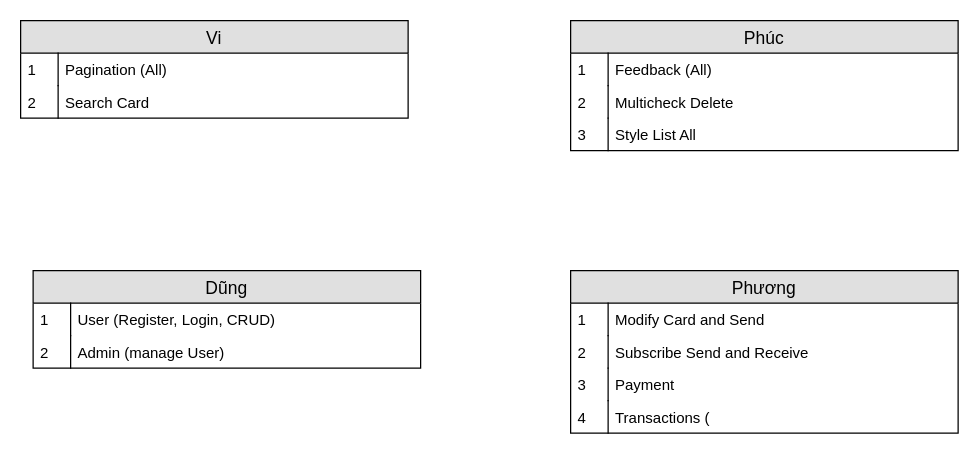
Above: page "Task Sheet" (9 of 9) of e-Greeting.drawio in duyphuong403/E-Greeting (draw.io), before the change. Source tidied: cells renumbered, new cells numbered last; positions are measured from the earlier drawing's top-left corner, leaving out a move shared by most shapes. Both pictures are drawn from the tidied source at 125%, with x=0, y=0 at pixel (20, 20).
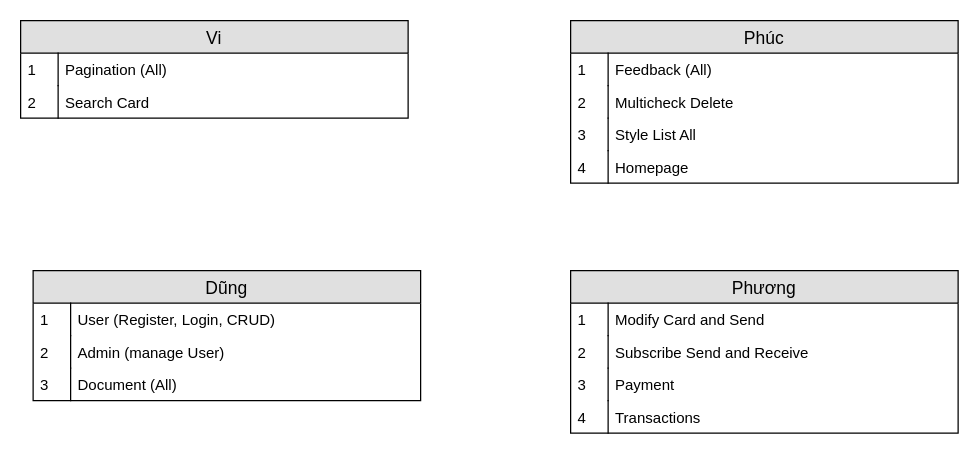
The same page after the edit.

Unchanged cells that the change refers to:
```xml
<mxCell id="19" value="Phương" style="swimlane;fontStyle=0;horizontal=1;startSize=26;fillColor=#e0e0e0;swimlaneFillColor=#ffffff;align=center;fontSize=14;" parent="1" vertex="1">
  <mxGeometry x="440" y="200" width="310" height="130" as="geometry" />
</mxCell>
```

What changed in the source:
```diff
@@
     <mxCell id="7" value="Phúc" style="swimlane;fontStyle=0;horizontal=1;startSize=26;fillColor=#e0e0e0;swimlaneFillColor=#ffffff;align=center;fontSize=14;" parent="1" vertex="1">
-      <mxGeometry x="440" width="310" height="104" as="geometry" />
+      <mxGeometry x="440" width="310" height="130" as="geometry" />
     </mxCell>
@@
+    <mxCell id="28" value="Homepage" style="shape=partialRectangle;top=0;left=0;right=0;bottom=0;align=left;verticalAlign=top;fillColor=none;spacingLeft=34;spacingRight=4;overflow=hidden;fontSize=12;" parent="7" vertex="1">
+      <mxGeometry y="104" width="310" height="26" as="geometry" />
+    </mxCell>
+    <mxCell id="29" value="4" style="shape=partialRectangle;top=0;left=0;bottom=0;fillColor=none;align=left;verticalAlign=top;spacingLeft=4;spacingRight=4;overflow=hidden;fontSize=12;" parent="28" vertex="1">
+      <mxGeometry width="30" height="26" as="geometry" />
+    </mxCell>
     <mxCell id="14" value="Dũng" style="swimlane;fontStyle=0;horizontal=1;startSize=26;fillColor=#e0e0e0;swimlaneFillColor=#ffffff;align=center;fontSize=14;" parent="1" vertex="1">
-      <mxGeometry x="10" y="200" width="310" height="78" as="geometry" />
+      <mxGeometry x="10" y="200" width="310" height="104" as="geometry" />
     </mxCell>
@@
+    <mxCell id="30" value="Document (All)" style="shape=partialRectangle;top=0;left=0;right=0;bottom=0;align=left;verticalAlign=top;fillColor=none;spacingLeft=34;spacingRight=4;overflow=hidden;fontSize=12;" parent="14" vertex="1">
+      <mxGeometry y="78" width="310" height="26" as="geometry" />
+    </mxCell>
+    <mxCell id="31" value="3" style="shape=partialRectangle;top=0;left=0;bottom=0;fillColor=none;align=left;verticalAlign=top;spacingLeft=4;spacingRight=4;overflow=hidden;fontSize=12;" parent="30" vertex="1">
+      <mxGeometry width="30" height="26" as="geometry" />
+    </mxCell>
@@
-    <mxCell id="26" value="Transactions (" style="shape=partialRectangle;top=0;left=0;right=0;bottom=0;align=left;verticalAlign=top;fillColor=none;spacingLeft=34;spacingRight=4;overflow=hidden;fontSize=12;" parent="19" vertex="1">
+    <mxCell id="26" value="Transactions" style="shape=partialRectangle;top=0;left=0;right=0;bottom=0;align=left;verticalAlign=top;fillColor=none;spacingLeft=34;spacingRight=4;overflow=hidden;fontSize=12;" parent="19" vertex="1">
       <mxGeometry y="104" width="310" height="26" as="geometry" />
     </mxCell>
```
